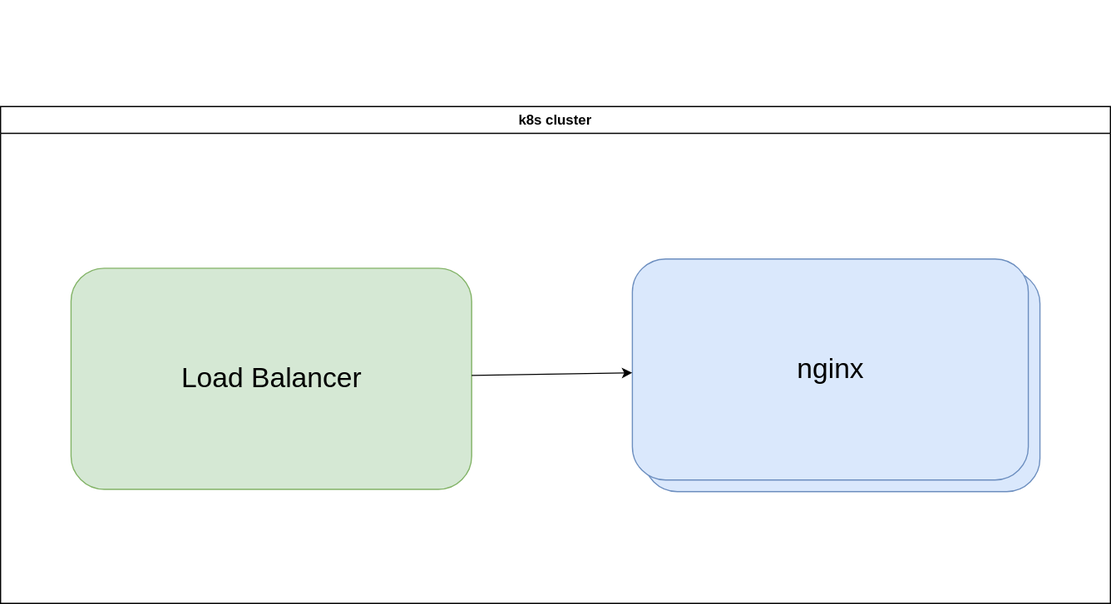
Above: docs/design.drawio.svg in managed-prototypes/helloworld-fullstack-k8s (draw.io), before the change. Source tidied: cells renumbered, new cells last; positions are measured from the earlier drawing's top-left corner, leaving out a move shared by most shapes. The source it was exported from:
```xml
<mxGraphModel background="#ffffff">
  <root>
    <mxCell id="0" />
    <mxCell id="1" parent="0" />
    <mxCell id="2" style="edgeStyle=none;html=1;strokeColor=none;" parent="1" edge="1">
      <mxGeometry relative="1" as="geometry">
        <mxPoint x="729.2" y="253" as="sourcePoint" />
        <mxPoint x="854.8" as="targetPoint" />
      </mxGeometry>
    </mxCell>
    <mxCell id="3" value="k8s cluster" style="swimlane;whiteSpace=wrap;html=1;" parent="1" vertex="1">
      <mxGeometry y="84" width="953" height="427" as="geometry" />
    </mxCell>
    <mxCell id="4" value="&lt;span style=&quot;font-size: 24px; font-weight: 400;&quot;&gt;nginx&lt;/span&gt;&lt;span style=&quot;font-size: 24px; font-weight: 400;&quot;&gt;&lt;br&gt;&lt;/span&gt;" style="text;html=1;strokeColor=#6c8ebf;fillColor=#dae8fc;align=center;verticalAlign=middle;whiteSpace=wrap;rounded=1;fontStyle=1;" parent="3" vertex="1">
      <mxGeometry x="552.5" y="141" width="340" height="190" as="geometry" />
    </mxCell>
    <mxCell id="5" value="&lt;span style=&quot;font-size: 24px; font-weight: 400;&quot;&gt;Load Balancer&lt;br&gt;&lt;/span&gt;" style="text;html=1;strokeColor=#82b366;fillColor=#d5e8d4;align=center;verticalAlign=middle;whiteSpace=wrap;rounded=1;fontStyle=1;" parent="3" vertex="1">
      <mxGeometry x="60.5" y="139" width="344" height="190" as="geometry" />
    </mxCell>
    <mxCell id="6" value="&lt;span style=&quot;font-size: 24px; font-weight: 400;&quot;&gt;nginx&lt;/span&gt;&lt;span style=&quot;font-size: 24px; font-weight: 400;&quot;&gt;&lt;br&gt;&lt;/span&gt;" style="text;html=1;strokeColor=#6c8ebf;fillColor=#dae8fc;align=center;verticalAlign=middle;whiteSpace=wrap;rounded=1;fontStyle=1;" parent="3" vertex="1">
      <mxGeometry x="542.5" y="131" width="340" height="190" as="geometry" />
    </mxCell>
    <mxCell id="7" style="edgeStyle=none;html=1;" parent="3" edge="1" source="5" target="6">
      <mxGeometry relative="1" as="geometry" />
    </mxCell>
  </root>
</mxGraphModel>
```
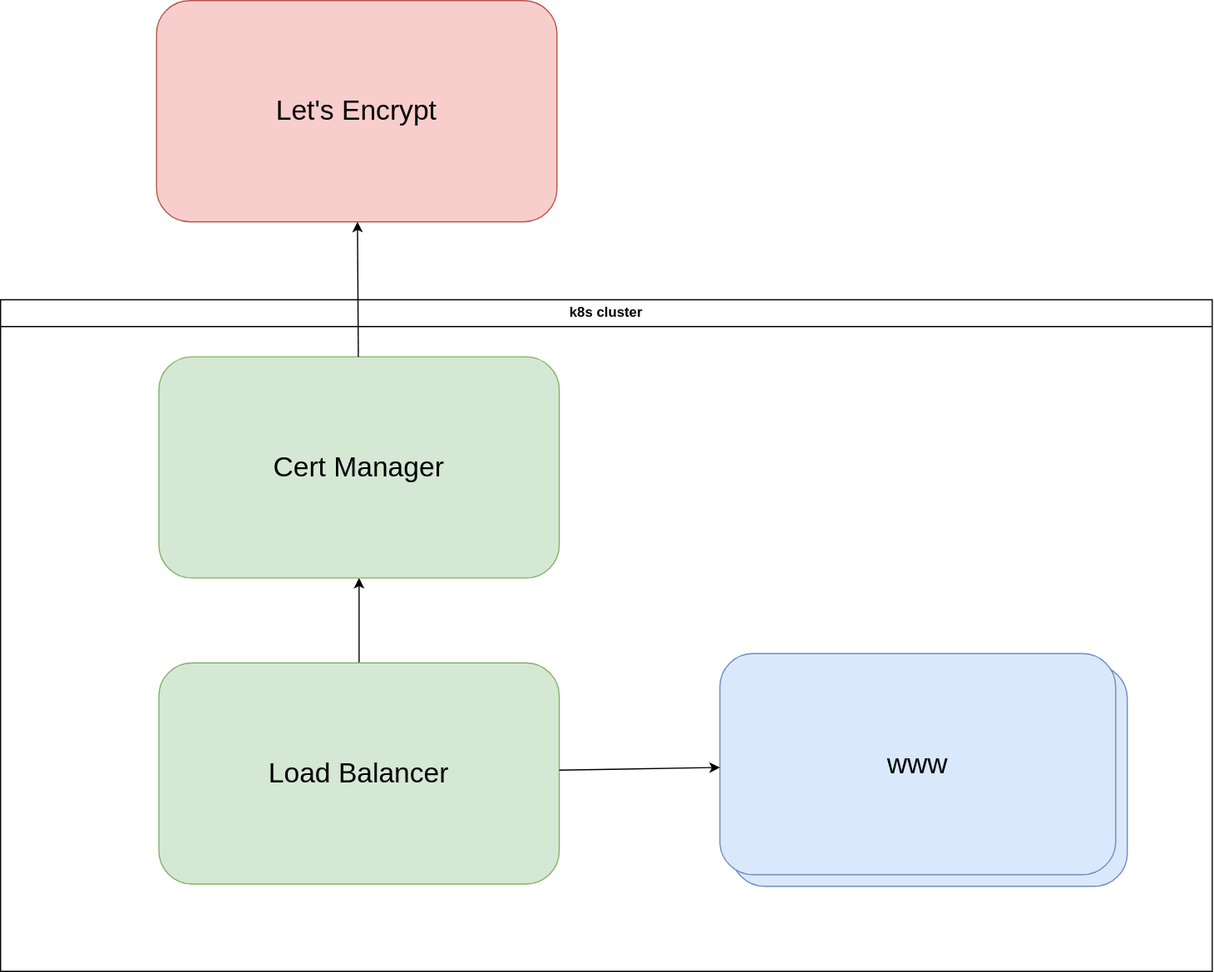
After the commit.

Diff of the diagram source:
```diff
@@ -9,19 +9,31 @@
       </mxGeometry>
     </mxCell>
     <mxCell id="3" value="k8s cluster" style="swimlane;whiteSpace=wrap;html=1;" parent="1" vertex="1">
-      <mxGeometry y="84" width="953" height="427" as="geometry" />
+      <mxGeometry y="84" width="1041" height="577" as="geometry" />
     </mxCell>
     <mxCell id="4" value="&lt;span style=&quot;font-size: 24px; font-weight: 400;&quot;&gt;nginx&lt;/span&gt;&lt;span style=&quot;font-size: 24px; font-weight: 400;&quot;&gt;&lt;br&gt;&lt;/span&gt;" style="text;html=1;strokeColor=#6c8ebf;fillColor=#dae8fc;align=center;verticalAlign=middle;whiteSpace=wrap;rounded=1;fontStyle=1;" parent="3" vertex="1">
-      <mxGeometry x="552.5" y="141" width="340" height="190" as="geometry" />
+      <mxGeometry x="628" y="314" width="340" height="190" as="geometry" />
     </mxCell>
+    <mxCell id="8" style="edgeStyle=none;html=1;" parent="3" edge="1" source="5" target="9">
+      <mxGeometry relative="1" as="geometry" />
+    </mxCell>
     <mxCell id="5" value="&lt;span style=&quot;font-size: 24px; font-weight: 400;&quot;&gt;Load Balancer&lt;br&gt;&lt;/span&gt;" style="text;html=1;strokeColor=#82b366;fillColor=#d5e8d4;align=center;verticalAlign=middle;whiteSpace=wrap;rounded=1;fontStyle=1;" parent="3" vertex="1">
-      <mxGeometry x="60.5" y="139" width="344" height="190" as="geometry" />
+      <mxGeometry x="136" y="312" width="344" height="190" as="geometry" />
     </mxCell>
-    <mxCell id="6" value="&lt;span style=&quot;font-size: 24px; font-weight: 400;&quot;&gt;nginx&lt;/span&gt;&lt;span style=&quot;font-size: 24px; font-weight: 400;&quot;&gt;&lt;br&gt;&lt;/span&gt;" style="text;html=1;strokeColor=#6c8ebf;fillColor=#dae8fc;align=center;verticalAlign=middle;whiteSpace=wrap;rounded=1;fontStyle=1;" parent="3" vertex="1">
-      <mxGeometry x="542.5" y="131" width="340" height="190" as="geometry" />
+    <mxCell id="6" value="&lt;span style=&quot;font-size: 24px; font-weight: 400;&quot;&gt;www&lt;/span&gt;&lt;span style=&quot;font-size: 24px; font-weight: 400;&quot;&gt;&lt;br&gt;&lt;/span&gt;" style="text;html=1;strokeColor=#6c8ebf;fillColor=#dae8fc;align=center;verticalAlign=middle;whiteSpace=wrap;rounded=1;fontStyle=1;" parent="3" vertex="1">
+      <mxGeometry x="618" y="304" width="340" height="190" as="geometry" />
     </mxCell>
     <mxCell id="7" style="edgeStyle=none;html=1;" parent="3" edge="1" source="5" target="6">
       <mxGeometry relative="1" as="geometry" />
     </mxCell>
+    <mxCell id="9" value="&lt;span style=&quot;font-size: 24px; font-weight: 400;&quot;&gt;Cert Manager&lt;br&gt;&lt;/span&gt;" style="text;html=1;strokeColor=#82b366;fillColor=#d5e8d4;align=center;verticalAlign=middle;whiteSpace=wrap;rounded=1;fontStyle=1;" parent="3" vertex="1">
+      <mxGeometry x="136" y="49" width="344" height="190" as="geometry" />
+    </mxCell>
+    <mxCell id="10" value="&lt;span style=&quot;font-size: 24px; font-weight: 400;&quot;&gt;Let's Encrypt&lt;br&gt;&lt;/span&gt;" style="text;html=1;strokeColor=#b85450;fillColor=#f8cecc;align=center;verticalAlign=middle;whiteSpace=wrap;rounded=1;fontStyle=1;" parent="1" vertex="1">
+      <mxGeometry x="134" y="-173" width="344" height="190" as="geometry" />
+    </mxCell>
+    <mxCell id="11" style="edgeStyle=none;html=1;" parent="1" edge="1" source="9" target="10">
+      <mxGeometry relative="1" as="geometry" />
+    </mxCell>
   </root>
 </mxGraphModel>
```
